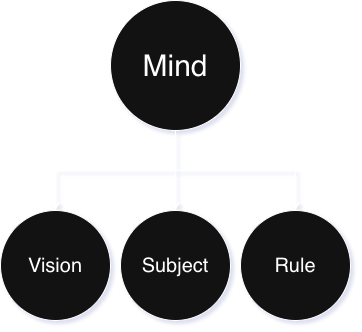
kashanimorteza/economy_document keeps this draw.io diagram as design/mind.png. Above is the earlier version. Source tidied: cells renumbered, new cells last; positions are measured from the earlier drawing's top-left corner, leaving out a move shared by most shapes.
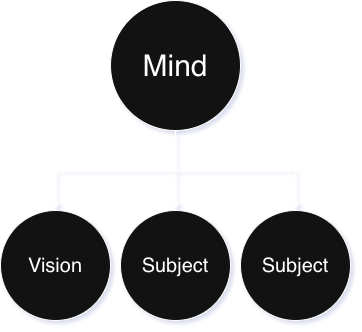
Above is the later version.

What changed in the source:
```diff
@@ -5,7 +5,7 @@
     <mxCell id="2" value="&lt;font style=&quot;font-size: 30px;&quot;&gt;Mind&lt;/font&gt;" style="ellipse;whiteSpace=wrap;html=1;" parent="1" vertex="1">
       <mxGeometry x="110" width="130" height="130" as="geometry" />
     </mxCell>
-    <mxCell id="3" value="Rule" style="ellipse;whiteSpace=wrap;html=1;fontSize=20;" parent="1" vertex="1">
+    <mxCell id="3" value="Subject" style="ellipse;whiteSpace=wrap;html=1;fontSize=20;" parent="1" vertex="1">
       <mxGeometry x="240" y="210" width="110" height="110" as="geometry" />
     </mxCell>
     <mxCell id="4" style="edgeStyle=orthogonalEdgeStyle;rounded=0;jettySize=auto;html=1;exitX=0.5;exitY=1;exitDx=0;exitDy=0;" parent="1" edge="1" source="2" target="3">
```
